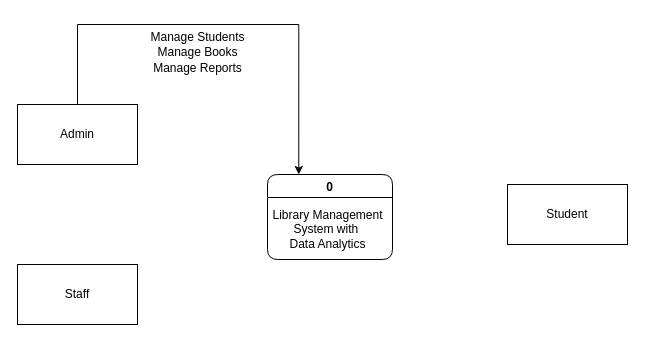
Jayrou12345/Flowchart keeps this draw.io diagram as cd.drawio. Above is the earlier version. Source tidied: cells renumbered, new cells numbered last; positions are measured from the earlier drawing's top-left corner, leaving out a move shared by most shapes. Both pictures are drawn from the tidied source at 100%, with x=0, y=0 at pixel (17, 22).
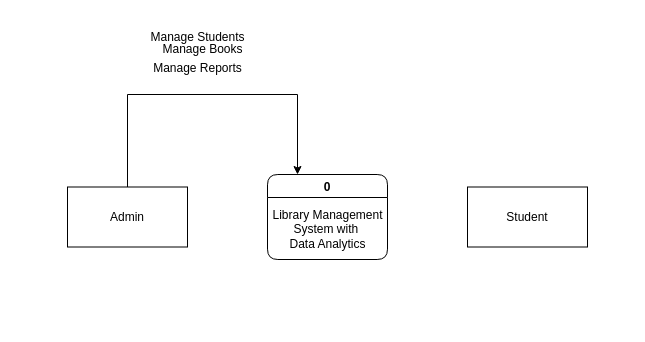
Above is the later version.

What changed in the source:
```diff
@@
 <mxGraphModel>
   <root>
     <mxCell id="0" />
     <mxCell id="1" parent="0" />
     <mxCell id="2" value="0" style="swimlane;rounded=1;" parent="1" vertex="1">
-      <mxGeometry x="250" y="152" width="125" height="85" as="geometry" />
+      <mxGeometry x="250" y="152" width="120" height="85" as="geometry" />
     </mxCell>
     <mxCell id="3" value="Library Management &lt;br&gt;System with&amp;nbsp;&lt;br&gt;Data Analytics" style="text;html=1;align=center;verticalAlign=middle;strokeColor=none;fillColor=none;" parent="2" vertex="1">
       <mxGeometry x="-5" y="25" width="130" height="60" as="geometry" />
     </mxCell>
     <mxCell id="4" style="edgeStyle=orthogonalEdgeStyle;rounded=0;jettySize=auto;html=1;exitX=0.5;exitY=0;exitDx=0;exitDy=0;entryX=0.25;entryY=0;entryDx=0;entryDy=0;" parent="1" edge="1" source="5" target="2">
       <mxGeometry relative="1" as="geometry">
         <Array as="points">
-          <mxPoint x="60" y="2" />
-          <mxPoint x="281" y="2" />
+          <mxPoint x="110" y="72" />
+          <mxPoint x="280" y="72" />
         </Array>
       </mxGeometry>
     </mxCell>
     <mxCell id="5" value="Admin" style="rounded=0;whiteSpace=wrap;html=1;" parent="1" vertex="1">
-      <mxGeometry y="82" width="120" height="60" as="geometry" />
+      <mxGeometry x="50" y="164.5" width="120" height="60" as="geometry" />
     </mxCell>
-    <mxCell id="6" value="Staff" style="rounded=0;whiteSpace=wrap;html=1;" parent="1" vertex="1">
-      <mxGeometry y="242" width="120" height="60" as="geometry" />
-    </mxCell>
     <mxCell id="7" value="Student" style="rounded=0;whiteSpace=wrap;html=1;" parent="1" vertex="1">
-      <mxGeometry x="490" y="162" width="120" height="60" as="geometry" />
+      <mxGeometry x="450" y="164.5" width="120" height="60" as="geometry" />
     </mxCell>
     <mxCell id="8" value="Manage Students" style="text;html=1;align=center;verticalAlign=middle;strokeColor=none;fillColor=none;" parent="1" vertex="1">
       <mxGeometry x="120" width="120" height="30" as="geometry" />
     </mxCell>
     <mxCell id="9" value="Manage Books" style="text;html=1;align=center;verticalAlign=middle;strokeColor=none;fillColor=none;" parent="1" vertex="1">
-      <mxGeometry x="130" y="15" width="100" height="30" as="geometry" />
+      <mxGeometry x="135" y="12" width="100" height="30" as="geometry" />
     </mxCell>
     <mxCell id="10" value="Manage Reports" style="text;html=1;align=center;verticalAlign=middle;strokeColor=none;fillColor=none;" parent="1" vertex="1">
       <mxGeometry x="125" y="31" width="110" height="30" as="geometry" />
     </mxCell>
   </root>
 </mxGraphModel>
```
